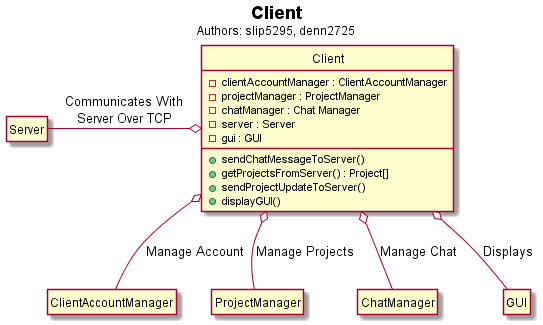
voxelv/sQuire_kw keeps this PlantUML diagram as hw3/Client/client.png. Above is the earlier version.
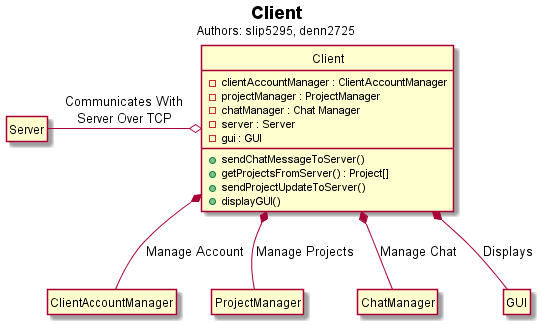
After the commit.

The edit, as a diff of the source:
```diff
@@ -26,10 +26,10 @@
 
 sq_c o-left- sq_server : Communicates With\nServer Over TCP
 
-sq_c o-- sq_projmgr :  Manage Projects
-sq_c o-- sq_acntmgr : Manage Account
-sq_c o-- sq_chatmgr : Manage Chat
-sq_c o-- sq_gui : Displays
+sq_c *-- sq_projmgr :  Manage Projects
+sq_c *-- sq_acntmgr : Manage Account
+sq_c *-- sq_chatmgr : Manage Chat
+sq_c *-- sq_gui : Displays
 
 
 @enduml
```
